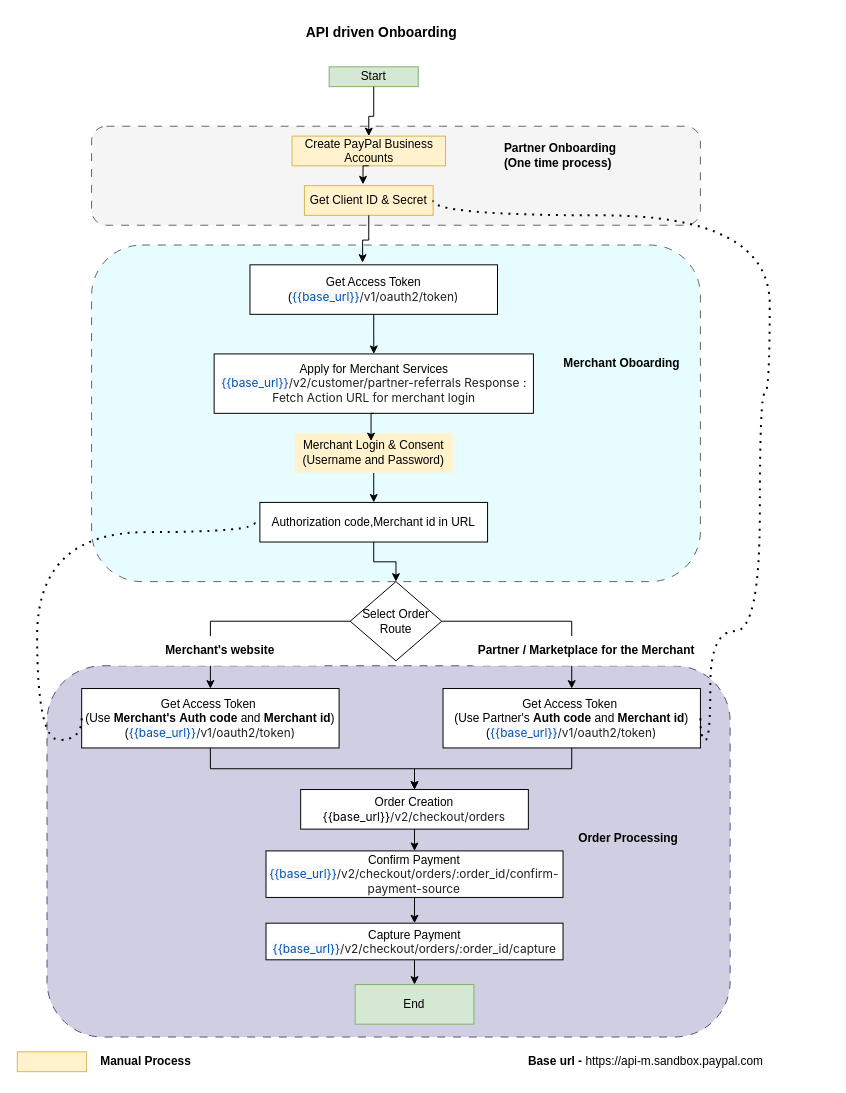
Earlier version of the draw.io diagram page "API_driven_Onboarding_v1.1" (2 of 4) of flow-charts/paypal-merchant-onboarding.drawio (rajneeshpatel07/payal-payments). Source tidied: cells renumbered, new cells numbered last; positions are measured from the earlier drawing's top-left corner, leaving out a move shared by most shapes. Both pictures are drawn from the tidied source at 99%, with x=0, y=0 at pixel (17, 17).
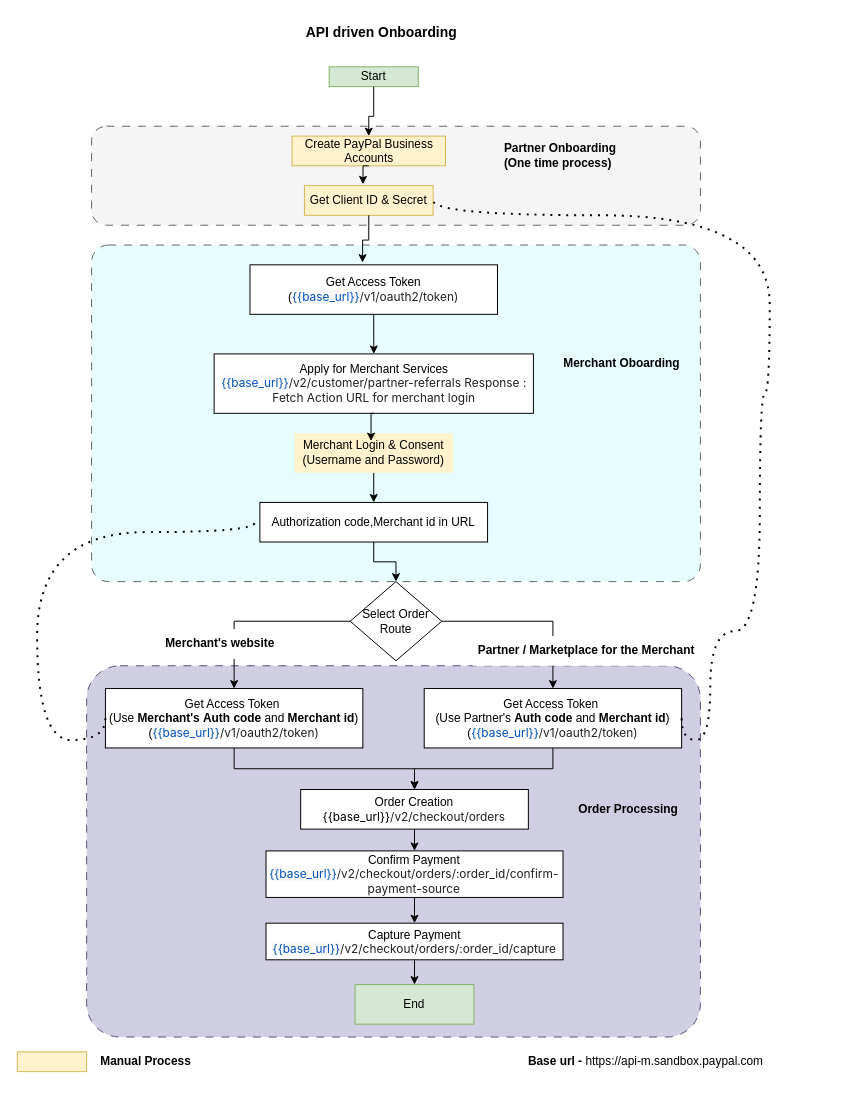
The same diagram, later.

The edit, as a diff of the source:
```diff
@@
-    <mxCell id="2" style="rounded=1;whiteSpace=wrap;html=1;fillColor=#d0cee2;dashed=1;dashPattern=8 8;strokeColor=#56517e;" parent="1" vertex="1">
-      <mxGeometry x="30" y="655" width="690" height="375" as="geometry" />
+    <mxCell id="2" style="rounded=1;whiteSpace=wrap;html=1;fillColor=#d0cee2;dashed=1;dashPattern=8 8;strokeColor=#56517e;arcSize=9;" parent="1" vertex="1">
+      <mxGeometry x="70" y="655" width="620" height="375" as="geometry" />
     </mxCell>
-    <mxCell id="3" style="rounded=1;whiteSpace=wrap;html=1;fillColor=#E6FCFF;fontColor=#333333;strokeColor=#666666;dashed=1;dashPattern=8 8;" parent="1" vertex="1">
+    <mxCell id="3" style="rounded=1;whiteSpace=wrap;html=1;fillColor=#E6FCFF;fontColor=#333333;strokeColor=#666666;dashed=1;dashPattern=8 8;arcSize=5;" parent="1" vertex="1">
       <mxGeometry x="75" y="230" width="615" height="340" as="geometry" />
     </mxCell>
@@
     <mxCell id="5" value="&lt;b&gt;Merchant's website&lt;/b&gt;" style="text;html=1;align=center;verticalAlign=middle;whiteSpace=wrap;rounded=0;fillColor=#FFFFFF;" parent="1" vertex="1">
-      <mxGeometry x="100" y="625" width="210" height="30" as="geometry" />
+      <mxGeometry x="100" y="618" width="210" height="30" as="geometry" />
     </mxCell>
@@
     <mxCell id="15" value="Get Access Token&amp;nbsp;&lt;div&gt;(Use &lt;b&gt;Merchant's&lt;/b&gt;&amp;nbsp;&lt;b&gt;Auth code&lt;/b&gt; and &lt;b&gt;Merchant id&lt;/b&gt;)&lt;/div&gt;&lt;div&gt;(&lt;span style=&quot;white-space-collapse: preserve; color: rgb(33, 33, 33); font-family: Inter, system-ui, -apple-system, BlinkMacSystemFont, &amp;quot;Segoe UI&amp;quot;, Roboto, Oxygen, Ubuntu, Cantarell, &amp;quot;Fira Sans&amp;quot;, &amp;quot;Droid Sans&amp;quot;, Helvetica, Arial, sans-serif; text-align: left; background-color: rgb(255, 255, 255);&quot;&gt;&lt;span style=&quot;color: rgb(0, 83, 184); background-color: rgb(249, 249, 249);&quot;&gt;{{base_url}}&lt;/span&gt;/v1/oauth2/token)&lt;/span&gt;&lt;/div&gt;" style="rounded=0;whiteSpace=wrap;html=1;" parent="1" vertex="1">
-      <mxGeometry x="65" y="678" width="260" height="60" as="geometry" />
+      <mxGeometry x="89" y="678" width="260" height="60" as="geometry" />
     </mxCell>
@@
     <mxCell id="32" value="Get Access Token&amp;nbsp;&lt;div&gt;(Use Partner's&amp;nbsp;&lt;b&gt;Auth code&lt;/b&gt; and &lt;b&gt;Merchant id&lt;/b&gt;)&lt;/div&gt;&lt;div&gt;(&lt;span style=&quot;white-space-collapse: preserve; color: rgb(33, 33, 33); font-family: Inter, system-ui, -apple-system, BlinkMacSystemFont, &amp;quot;Segoe UI&amp;quot;, Roboto, Oxygen, Ubuntu, Cantarell, &amp;quot;Fira Sans&amp;quot;, &amp;quot;Droid Sans&amp;quot;, Helvetica, Arial, sans-serif; text-align: left; background-color: rgb(255, 255, 255);&quot;&gt;&lt;span style=&quot;color: rgb(0, 83, 184); background-color: rgb(249, 249, 249);&quot;&gt;{{base_url}}&lt;/span&gt;/v1/oauth2/token)&lt;/span&gt;&lt;/div&gt;" style="rounded=0;whiteSpace=wrap;html=1;" parent="1" vertex="1">
-      <mxGeometry x="430" y="678" width="260" height="60" as="geometry" />
+      <mxGeometry x="411" y="678" width="260" height="60" as="geometry" />
     </mxCell>
@@
     <mxCell id="43" value="&lt;b&gt;Order Processing&lt;/b&gt;" style="text;html=1;align=left;verticalAlign=middle;whiteSpace=wrap;rounded=0;" parent="1" vertex="1">
-      <mxGeometry x="565" y="810" width="140" height="40" as="geometry" />
+      <mxGeometry x="565" y="780" width="140" height="40" as="geometry" />
     </mxCell>
```
